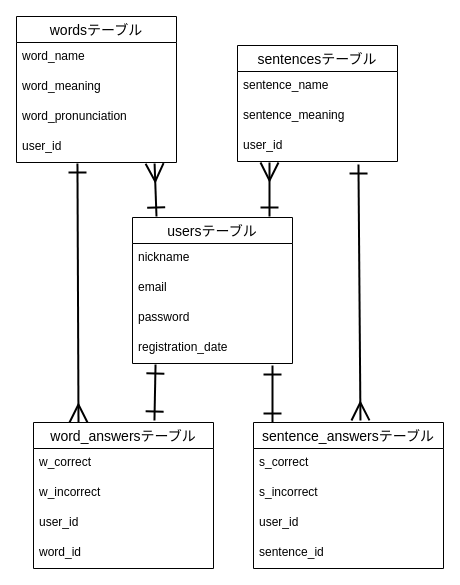
aya-tsubono/my-chinese-notebook keeps this draw.io diagram as ER.dio. Above is the earlier version. Source tidied: cells renumbered, new cells numbered last; positions are measured from the earlier drawing's top-left corner, leaving out a move shared by most shapes. Both pictures are drawn from the tidied source at 100%, with x=0, y=0 at pixel (16, 16).
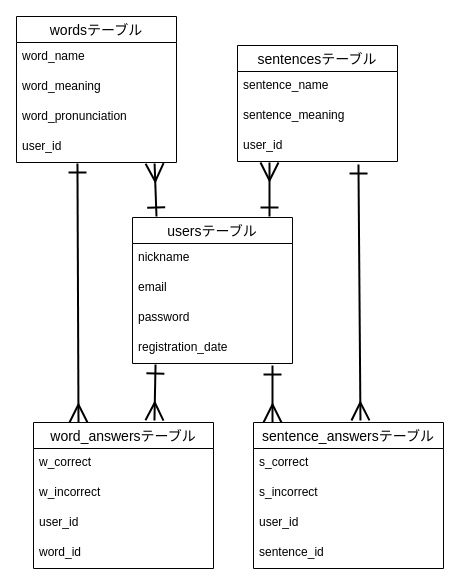
The same page after the edit.

Unchanged cells that the change refers to:
```xml
<mxCell id="6" value="registration_date" style="text;strokeColor=none;fillColor=none;spacingLeft=4;spacingRight=4;overflow=hidden;points=[[0,0.5],[1,0.5]];portConstraint=eastwest;fontSize=12;" parent="2" vertex="1">
  <mxGeometry y="116" width="160" height="30" as="geometry" />
</mxCell>
<mxCell id="7" value="word_answersテーブル" style="swimlane;fontStyle=0;horizontal=1;startSize=26;align=center;fontSize=14;" parent="1" vertex="1">
  <mxGeometry x="17" y="406" width="180" height="146" as="geometry" />
</mxCell>
<mxCell id="24" value="sentence_answersテーブル" style="swimlane;fontStyle=0;horizontal=1;startSize=26;align=center;fontSize=14;" parent="1" vertex="1">
  <mxGeometry x="237" y="406" width="190" height="146" as="geometry" />
</mxCell>
```

Diff of the diagram source:
```diff
@@
-    <mxCell id="23" style="edgeStyle=none;html=1;entryX=0.672;entryY=-0.014;entryDx=0;entryDy=0;startArrow=ERone;startFill=0;endArrow=ERone;endFill=0;strokeWidth=2;endSize=15;startSize=15;entryPerimeter=0;exitX=0.144;exitY=1.033;exitDx=0;exitDy=0;exitPerimeter=0;" parent="1" edge="1" source="6" target="7">
+    <mxCell id="23" style="edgeStyle=none;html=1;entryX=0.672;entryY=-0.014;entryDx=0;entryDy=0;startArrow=ERone;startFill=0;endArrow=ERmany;endFill=0;strokeWidth=2;endSize=15;startSize=15;entryPerimeter=0;exitX=0.144;exitY=1.033;exitDx=0;exitDy=0;exitPerimeter=0;" parent="1" edge="1" source="6" target="7">
       <mxGeometry relative="1" as="geometry" />
     </mxCell>
@@
-    <mxCell id="29" style="edgeStyle=none;html=1;entryX=0.1;entryY=0;entryDx=0;entryDy=0;startArrow=ERone;startFill=0;endArrow=ERone;endFill=0;strokeWidth=2;endSize=15;startSize=15;exitX=0.875;exitY=1.067;exitDx=0;exitDy=0;exitPerimeter=0;entryPerimeter=0;" parent="1" edge="1" source="6" target="24">
+    <mxCell id="29" style="edgeStyle=none;html=1;entryX=0.1;entryY=0;entryDx=0;entryDy=0;startArrow=ERone;startFill=0;endArrow=ERmany;endFill=0;strokeWidth=2;endSize=15;startSize=15;exitX=0.875;exitY=1.067;exitDx=0;exitDy=0;exitPerimeter=0;entryPerimeter=0;" parent="1" edge="1" source="6" target="24">
       <mxGeometry relative="1" as="geometry" />
     </mxCell>
```
